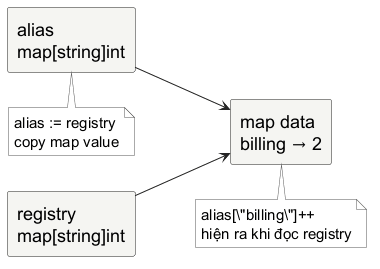
Minhlike/Golang keeps this PlantUML diagram as assets/diagrams/map-sharing.png. Above is the earlier version. Source of this version:
```plantuml
@startuml
skinparam backgroundColor white
skinparam shadowing false
skinparam defaultFontName "Source Sans 3"
skinparam defaultFontSize 18
skinparam defaultFontColor #000000
skinparam rectangle {
  BackgroundColor #F5F5F2
  BorderColor #222222
  FontColor #000000
  RoundCorner 5
}
skinparam arrowColor #222222
skinparam note {
  BackgroundColor #FFFFFF
  BorderColor #555555
  FontColor #000000
  FontName "Source Sans 3"
  FontSize 15
}
left to right direction
rectangle "registry\nmap[string]int" as registry
rectangle "alias\nmap[string]int" as alias
rectangle "map data\nbilling → 2" as data
registry --> data
alias --> data
note bottom of alias : alias := registry\ncopy map value
note bottom of data : alias[\"billing\"]++\nhiện ra khi đọc registry
@enduml
```
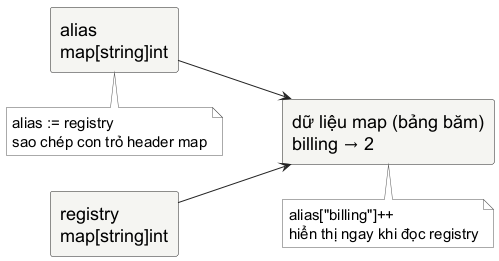
Above is the later version.

What changed in the source:
```diff
@@ -21,9 +21,12 @@
 left to right direction
 rectangle "registry\nmap[string]int" as registry
 rectangle "alias\nmap[string]int" as alias
-rectangle "map data\nbilling → 2" as data
+rectangle "dữ liệu map (bảng băm)\nbilling → 2" as data
 registry --> data
 alias --> data
-note bottom of alias : alias := registry\ncopy map value
-note bottom of data : alias[\"billing\"]++\nhiện ra khi đọc registry
+note bottom of alias : alias := registry\nsao chép con trỏ header map
+note bottom of data
+  alias["billing"]++
+  hiển thị ngay khi đọc registry
+end note
 @enduml
```
